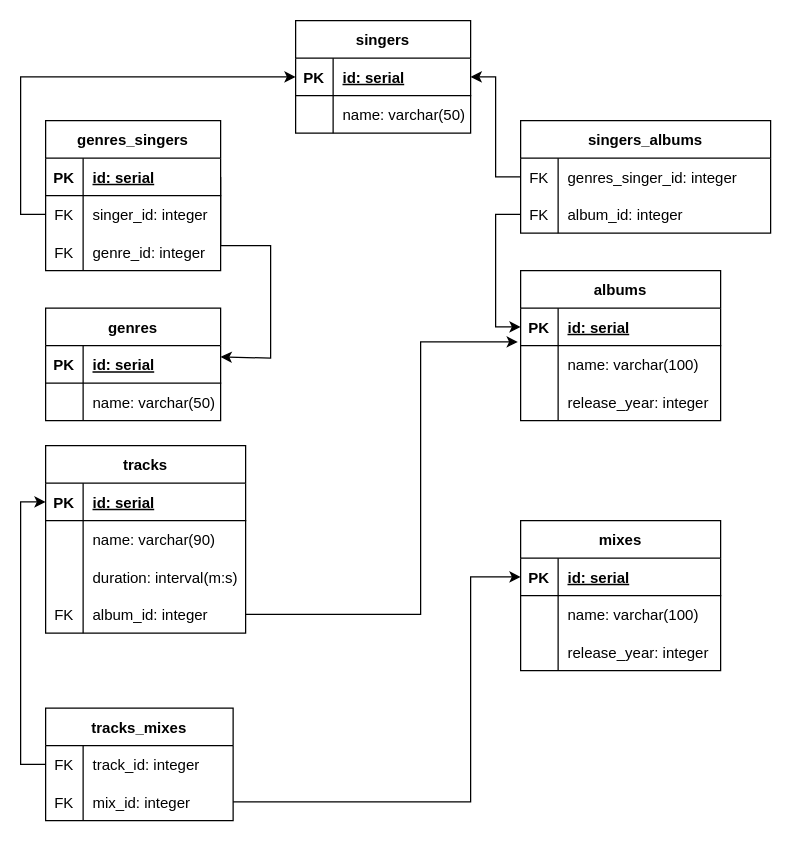
Above: music_service.drawio in LyudmilaLushchik/demo (draw.io), before the change. Source tidied: cells renumbered, new cells numbered last; positions are measured from the earlier drawing's top-left corner, leaving out a move shared by most shapes. Both pictures are drawn from the tidied source at 125%, with x=0, y=0 at pixel (45, 20).
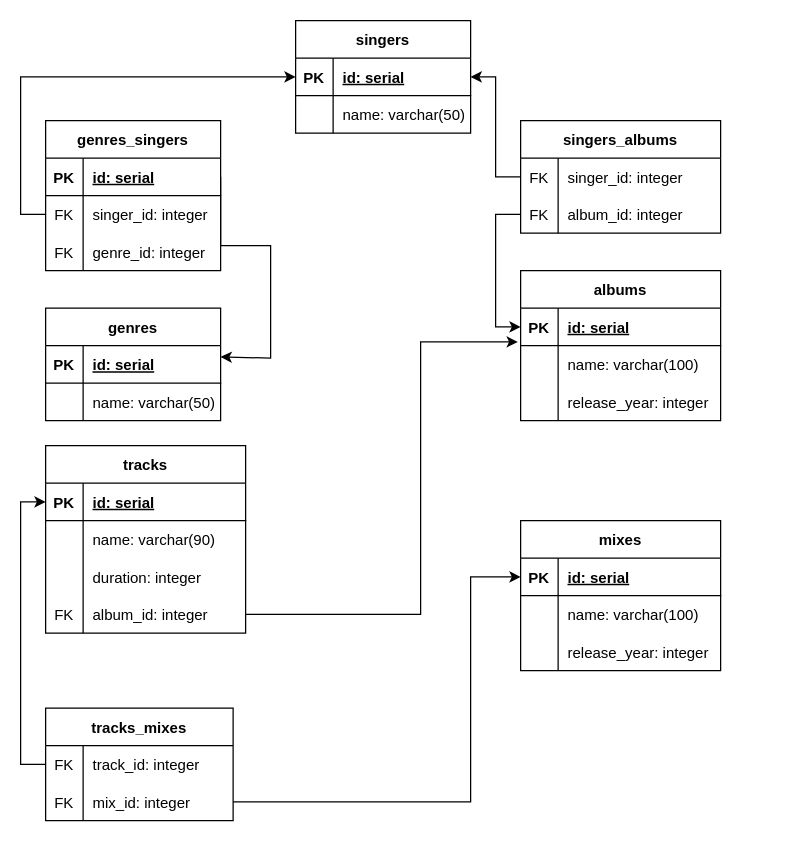
The same diagram, later.

The change refers to these unchanged cells:
```xml
<mxCell id="19" style="shape=tableRow;horizontal=0;startSize=0;swimlaneHead=0;swimlaneBody=0;fillColor=none;top=0;left=0;right=0;bottom=0;" parent="12" vertex="1">
  <mxGeometry y="90" width="160" height="30" as="geometry" />
</mxCell>
```

Change to the diagram source:
```diff
@@
-    <mxCell id="21" value="duration: interval(m:s)" style="shape=partialRectangle;fillColor=none;top=0;left=0;bottom=0;right=0;align=left;spacingLeft=6;overflow=hidden;" parent="19" vertex="1">
+    <mxCell id="21" value="duration: integer" style="shape=partialRectangle;fillColor=none;top=0;left=0;bottom=0;right=0;align=left;spacingLeft=6;overflow=hidden;" parent="19" vertex="1">
       <mxGeometry x="30" width="130" height="30" as="geometry" />
     </mxCell>
@@
     <mxCell id="49" value="singers_albums" style="shape=table;startSize=30;childLayout=tableLayout;rowLines=0;fontStyle=1;align=center;" parent="1" vertex="1">
-      <mxGeometry x="380" y="80" width="200" height="90" as="geometry" />
+      <mxGeometry x="380" y="80" width="160" height="90" as="geometry" />
     </mxCell>
     <mxCell id="50" style="shape=tableRow;horizontal=0;startSize=0;swimlaneHead=0;swimlaneBody=0;fillColor=none;points=[[0,0.5],[1,0.5]];portConstraint=eastwest;top=0;left=0;right=0;bottom=0;" parent="49" vertex="1">
-      <mxGeometry y="30" width="200" height="30" as="geometry" />
+      <mxGeometry y="30" width="160" height="30" as="geometry" />
     </mxCell>
@@
-    <mxCell id="52" value="genres_singer_id: integer" style="shape=partialRectangle;fillColor=none;top=0;left=0;bottom=0;right=0;align=left;spacingLeft=6;overflow=hidden;" parent="50" vertex="1">
-      <mxGeometry x="30" width="170" height="30" as="geometry" />
+    <mxCell id="52" value="singer_id: integer" style="shape=partialRectangle;fillColor=none;top=0;left=0;bottom=0;right=0;align=left;spacingLeft=6;overflow=hidden;" parent="50" vertex="1">
+      <mxGeometry x="30" width="130" height="30" as="geometry" />
     </mxCell>
     <mxCell id="53" style="shape=tableRow;horizontal=0;startSize=0;swimlaneHead=0;swimlaneBody=0;fillColor=none;points=[[0,0.5],[1,0.5]];portConstraint=eastwest;top=0;left=0;right=0;bottom=0;" parent="49" vertex="1">
-      <mxGeometry y="60" width="200" height="30" as="geometry" />
+      <mxGeometry y="60" width="160" height="30" as="geometry" />
     </mxCell>
@@
     <mxCell id="55" value="album_id: integer" style="shape=partialRectangle;fillColor=none;top=0;left=0;bottom=0;right=0;align=left;spacingLeft=6;overflow=hidden;" parent="53" vertex="1">
-      <mxGeometry x="30" width="170" height="30" as="geometry" />
+      <mxGeometry x="30" width="130" height="30" as="geometry" />
     </mxCell>
```
